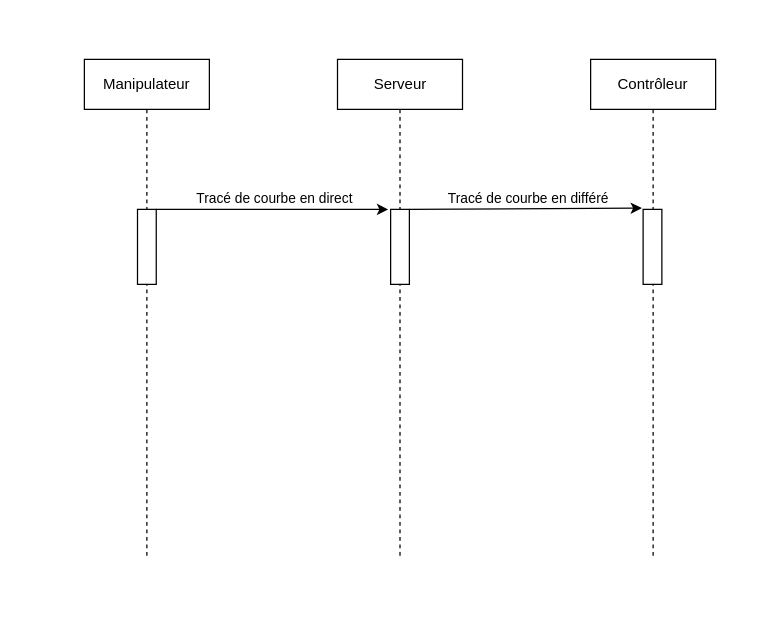
Above: page "F4-Départ des acquisitions" (3 of 4) of Analyse/Thomas/diagrammeDeSequenceThomas.drawio in MRCThomas/testDeVerinSurBancHydraulique (draw.io), before the change. Source tidied: cells renumbered, new cells numbered last; positions are measured from the earlier drawing's top-left corner, leaving out a move shared by most shapes. Both pictures are drawn from the tidied source at 125%, with x=0, y=0 at pixel (84, 59).
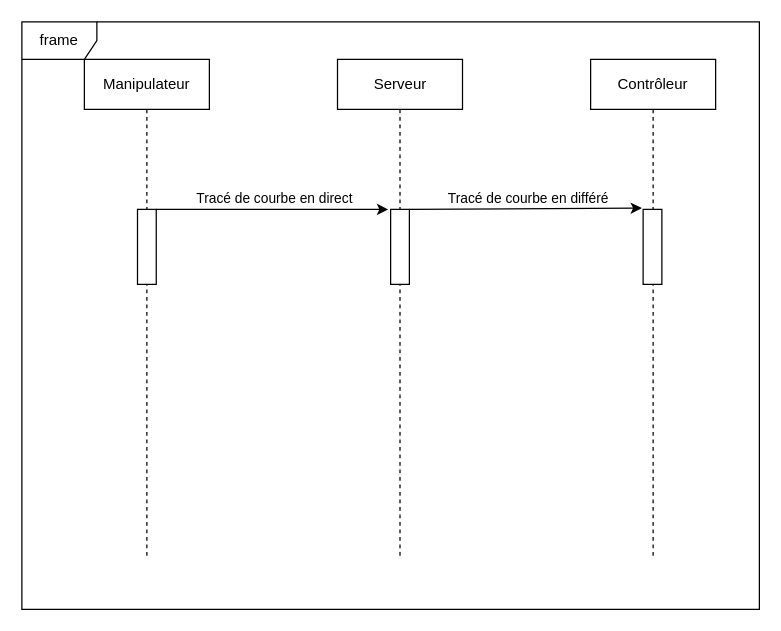
After the change.

Change to the diagram source:
```diff
@@
 <mxGraphModel>
   <root>
     <mxCell id="0" />
     <mxCell id="1" parent="0" />
     <mxCell id="2" value="Manipulateur" style="shape=umlLifeline;perimeter=lifelinePerimeter;whiteSpace=wrap;html=1;" parent="1" vertex="1">
       <mxGeometry width="100" height="400" as="geometry" />
     </mxCell>
     <mxCell id="3" value="Serveur" style="shape=umlLifeline;perimeter=lifelinePerimeter;whiteSpace=wrap;html=1;" parent="1" vertex="1">
       <mxGeometry x="202.5" width="100" height="400" as="geometry" />
     </mxCell>
     <mxCell id="4" style="edgeStyle=none;html=1;entryX=-0.133;entryY=0;entryDx=0;entryDy=0;entryPerimeter=0;" parent="1" edge="1" source="6" target="9">
       <mxGeometry relative="1" as="geometry" />
     </mxCell>
     <mxCell id="5" value="Tracé de courbe en direct" style="edgeLabel;html=1;align=center;verticalAlign=middle;" parent="4" vertex="1">
       <mxGeometry x="0.27" relative="1" as="geometry">
         <mxPoint x="-24" y="-10" as="offset" />
       </mxGeometry>
     </mxCell>
     <mxCell id="6" style="html=1;points=[];perimeter=orthogonalPerimeter;" parent="1" vertex="1">
       <mxGeometry x="42.5" y="120" width="15" height="60" as="geometry" />
     </mxCell>
     <mxCell id="7" style="edgeStyle=none;html=1;entryX=-0.067;entryY=-0.017;entryDx=0;entryDy=0;entryPerimeter=0;" parent="1" edge="1" source="9" target="11">
       <mxGeometry relative="1" as="geometry" />
     </mxCell>
     <mxCell id="8" value="Tracé de courbe en différé" style="edgeLabel;html=1;align=center;verticalAlign=middle;" parent="7" vertex="1">
       <mxGeometry x="0.01" y="-1" relative="1" as="geometry">
         <mxPoint y="-10" as="offset" />
       </mxGeometry>
     </mxCell>
     <mxCell id="9" style="html=1;points=[];perimeter=orthogonalPerimeter;" parent="1" vertex="1">
       <mxGeometry x="245" y="120" width="15" height="60" as="geometry" />
     </mxCell>
     <mxCell id="10" value="Contrôleur" style="shape=umlLifeline;perimeter=lifelinePerimeter;whiteSpace=wrap;html=1;" parent="1" vertex="1">
       <mxGeometry x="405" width="100" height="400" as="geometry" />
     </mxCell>
     <mxCell id="11" style="html=1;points=[];perimeter=orthogonalPerimeter;" parent="10" vertex="1">
       <mxGeometry x="42" y="120" width="15" height="60" as="geometry" />
     </mxCell>
+    <mxCell id="12" value="frame" style="shape=umlFrame;whiteSpace=wrap;html=1;" parent="1" vertex="1">
+      <mxGeometry x="-50" y="-30" width="590" height="470" as="geometry" />
+    </mxCell>
   </root>
 </mxGraphModel>
```
